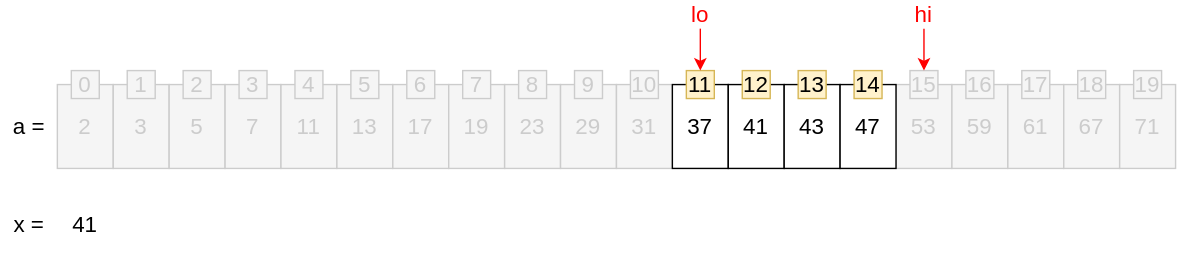
Earlier version of the draw.io export img/algorithm/algorithm-1030-01-01-04.svg (zininote/zininote.github.io-old-). Source tidied: cells renumbered, new cells last; positions are measured from the earlier drawing's top-left corner, leaving out a move shared by most shapes. Source of this version:
```xml
<mxGraphModel>
  <root>
    <mxCell id="0" />
    <mxCell id="1" parent="0" />
    <mxCell id="2" value="2" style="rounded=0;whiteSpace=wrap;html=1;fontSize=16;fillColor=#f5f5f5;strokeColor=#CCCCCC;fontColor=#CCCCCC;" parent="1" vertex="1">
      <mxGeometry x="40" y="60" width="40" height="60" as="geometry" />
    </mxCell>
    <mxCell id="3" value="3" style="rounded=0;whiteSpace=wrap;html=1;fontSize=16;fillColor=#f5f5f5;strokeColor=#CCCCCC;fontColor=#CCCCCC;" parent="1" vertex="1">
      <mxGeometry x="80" y="60" width="40" height="60" as="geometry" />
    </mxCell>
    <mxCell id="4" value="5" style="rounded=0;whiteSpace=wrap;html=1;fontSize=16;fillColor=#f5f5f5;strokeColor=#CCCCCC;fontColor=#CCCCCC;" parent="1" vertex="1">
      <mxGeometry x="120" y="60" width="40" height="60" as="geometry" />
    </mxCell>
    <mxCell id="5" value="7" style="rounded=0;whiteSpace=wrap;html=1;fontSize=16;fillColor=#f5f5f5;strokeColor=#CCCCCC;fontColor=#CCCCCC;" parent="1" vertex="1">
      <mxGeometry x="160" y="60" width="40" height="60" as="geometry" />
    </mxCell>
    <mxCell id="6" value="11" style="rounded=0;whiteSpace=wrap;html=1;fontSize=16;fillColor=#f5f5f5;strokeColor=#CCCCCC;fontColor=#CCCCCC;" parent="1" vertex="1">
      <mxGeometry x="200" y="60" width="40" height="60" as="geometry" />
    </mxCell>
    <mxCell id="7" value="13" style="rounded=0;whiteSpace=wrap;html=1;fontSize=16;fillColor=#f5f5f5;strokeColor=#CCCCCC;fontColor=#CCCCCC;" parent="1" vertex="1">
      <mxGeometry x="240" y="60" width="40" height="60" as="geometry" />
    </mxCell>
    <mxCell id="8" value="17" style="rounded=0;whiteSpace=wrap;html=1;fontSize=16;fillColor=#f5f5f5;strokeColor=#CCCCCC;fontColor=#CCCCCC;" parent="1" vertex="1">
      <mxGeometry x="280" y="60" width="40" height="60" as="geometry" />
    </mxCell>
    <mxCell id="9" value="19" style="rounded=0;whiteSpace=wrap;html=1;fontSize=16;fillColor=#f5f5f5;strokeColor=#CCCCCC;fontColor=#CCCCCC;" parent="1" vertex="1">
      <mxGeometry x="320" y="60" width="40" height="60" as="geometry" />
    </mxCell>
    <mxCell id="10" value="23" style="rounded=0;whiteSpace=wrap;html=1;fontSize=16;fillColor=#f5f5f5;strokeColor=#CCCCCC;fontColor=#CCCCCC;" parent="1" vertex="1">
      <mxGeometry x="360" y="60" width="40" height="60" as="geometry" />
    </mxCell>
    <mxCell id="11" value="29" style="rounded=0;whiteSpace=wrap;html=1;fontSize=16;fillColor=#f5f5f5;strokeColor=#CCCCCC;fontColor=#CCCCCC;" parent="1" vertex="1">
      <mxGeometry x="400" y="60" width="40" height="60" as="geometry" />
    </mxCell>
    <mxCell id="12" value="31" style="rounded=0;whiteSpace=wrap;html=1;fontSize=16;fillColor=#f5f5f5;strokeColor=#CCCCCC;fontColor=#CCCCCC;" parent="1" vertex="1">
      <mxGeometry x="440" y="60" width="40" height="60" as="geometry" />
    </mxCell>
    <mxCell id="13" value="37" style="rounded=0;whiteSpace=wrap;html=1;fontSize=16;" parent="1" vertex="1">
      <mxGeometry x="480" y="60" width="40" height="60" as="geometry" />
    </mxCell>
    <mxCell id="14" value="41" style="rounded=0;whiteSpace=wrap;html=1;fontSize=16;" parent="1" vertex="1">
      <mxGeometry x="520" y="60" width="40" height="60" as="geometry" />
    </mxCell>
    <mxCell id="15" value="43" style="rounded=0;whiteSpace=wrap;html=1;fontSize=16;" parent="1" vertex="1">
      <mxGeometry x="560" y="60" width="40" height="60" as="geometry" />
    </mxCell>
    <mxCell id="16" value="53" style="rounded=0;whiteSpace=wrap;html=1;fontSize=16;fillColor=#f5f5f5;strokeColor=#CCCCCC;fontColor=#CCCCCC;" parent="1" vertex="1">
      <mxGeometry x="640" y="60" width="40" height="60" as="geometry" />
    </mxCell>
    <mxCell id="17" value="59" style="rounded=0;whiteSpace=wrap;html=1;fontSize=16;fillColor=#f5f5f5;strokeColor=#CCCCCC;fontColor=#CCCCCC;" parent="1" vertex="1">
      <mxGeometry x="680" y="60" width="40" height="60" as="geometry" />
    </mxCell>
    <mxCell id="18" value="61" style="rounded=0;whiteSpace=wrap;html=1;fontSize=16;fillColor=#f5f5f5;strokeColor=#CCCCCC;fontColor=#CCCCCC;" parent="1" vertex="1">
      <mxGeometry x="720" y="60" width="40" height="60" as="geometry" />
    </mxCell>
    <mxCell id="19" value="67" style="rounded=0;whiteSpace=wrap;html=1;fontSize=16;fillColor=#f5f5f5;strokeColor=#CCCCCC;fontColor=#CCCCCC;" parent="1" vertex="1">
      <mxGeometry x="760" y="60" width="40" height="60" as="geometry" />
    </mxCell>
    <mxCell id="20" value="71" style="rounded=0;whiteSpace=wrap;html=1;fontSize=16;fillColor=#f5f5f5;strokeColor=#CCCCCC;fontColor=#CCCCCC;" parent="1" vertex="1">
      <mxGeometry x="800" y="60" width="40" height="60" as="geometry" />
    </mxCell>
    <mxCell id="21" value="a =" style="text;html=1;strokeColor=none;fillColor=none;align=center;verticalAlign=middle;whiteSpace=wrap;rounded=0;fontSize=16;" parent="1" vertex="1">
      <mxGeometry y="60" width="40" height="60" as="geometry" />
    </mxCell>
    <mxCell id="22" value="x =" style="text;html=1;strokeColor=none;fillColor=none;align=center;verticalAlign=middle;whiteSpace=wrap;rounded=0;fontSize=16;" parent="1" vertex="1">
      <mxGeometry y="140" width="40" height="40" as="geometry" />
    </mxCell>
    <mxCell id="23" value="41" style="text;html=1;strokeColor=none;fillColor=none;align=center;verticalAlign=middle;whiteSpace=wrap;rounded=0;fontSize=16;" parent="1" vertex="1">
      <mxGeometry x="40" y="140" width="40" height="40" as="geometry" />
    </mxCell>
    <mxCell id="24" value="&lt;span style=&quot;font-size: 16px&quot;&gt;0&lt;/span&gt;" style="text;html=1;fillColor=#f5f5f5;align=center;verticalAlign=middle;whiteSpace=wrap;rounded=0;strokeColor=#CCCCCC;fontColor=#CCCCCC;" parent="1" vertex="1">
      <mxGeometry x="50" y="50" width="20" height="20" as="geometry" />
    </mxCell>
    <mxCell id="25" value="&lt;span style=&quot;font-size: 16px&quot;&gt;1&lt;/span&gt;" style="text;html=1;fillColor=#f5f5f5;align=center;verticalAlign=middle;whiteSpace=wrap;rounded=0;strokeColor=#CCCCCC;fontColor=#CCCCCC;" parent="1" vertex="1">
      <mxGeometry x="90" y="50" width="20" height="20" as="geometry" />
    </mxCell>
    <mxCell id="26" value="&lt;span style=&quot;font-size: 16px&quot;&gt;2&lt;/span&gt;" style="text;html=1;fillColor=#f5f5f5;align=center;verticalAlign=middle;whiteSpace=wrap;rounded=0;strokeColor=#CCCCCC;fontColor=#CCCCCC;" parent="1" vertex="1">
      <mxGeometry x="130" y="50" width="20" height="20" as="geometry" />
    </mxCell>
    <mxCell id="27" value="&lt;span style=&quot;font-size: 16px&quot;&gt;3&lt;/span&gt;" style="text;html=1;fillColor=#f5f5f5;align=center;verticalAlign=middle;whiteSpace=wrap;rounded=0;strokeColor=#CCCCCC;fontColor=#CCCCCC;" parent="1" vertex="1">
      <mxGeometry x="170" y="50" width="20" height="20" as="geometry" />
    </mxCell>
    <mxCell id="28" value="&lt;span style=&quot;font-size: 16px&quot;&gt;4&lt;/span&gt;" style="text;html=1;fillColor=#f5f5f5;align=center;verticalAlign=middle;whiteSpace=wrap;rounded=0;strokeColor=#CCCCCC;fontColor=#CCCCCC;" parent="1" vertex="1">
      <mxGeometry x="210" y="50" width="20" height="20" as="geometry" />
    </mxCell>
    <mxCell id="29" value="&lt;span style=&quot;font-size: 16px&quot;&gt;5&lt;/span&gt;" style="text;html=1;fillColor=#f5f5f5;align=center;verticalAlign=middle;whiteSpace=wrap;rounded=0;strokeColor=#CCCCCC;fontColor=#CCCCCC;" parent="1" vertex="1">
      <mxGeometry x="250" y="50" width="20" height="20" as="geometry" />
    </mxCell>
    <mxCell id="30" value="&lt;span style=&quot;font-size: 16px&quot;&gt;6&lt;/span&gt;" style="text;html=1;fillColor=#f5f5f5;align=center;verticalAlign=middle;whiteSpace=wrap;rounded=0;strokeColor=#CCCCCC;fontColor=#CCCCCC;" parent="1" vertex="1">
      <mxGeometry x="290" y="50" width="20" height="20" as="geometry" />
    </mxCell>
    <mxCell id="31" value="&lt;span style=&quot;font-size: 16px&quot;&gt;7&lt;/span&gt;" style="text;html=1;fillColor=#f5f5f5;align=center;verticalAlign=middle;whiteSpace=wrap;rounded=0;strokeColor=#CCCCCC;fontColor=#CCCCCC;" parent="1" vertex="1">
      <mxGeometry x="330" y="50" width="20" height="20" as="geometry" />
    </mxCell>
    <mxCell id="32" value="&lt;span style=&quot;font-size: 16px&quot;&gt;8&lt;/span&gt;" style="text;html=1;fillColor=#f5f5f5;align=center;verticalAlign=middle;whiteSpace=wrap;rounded=0;strokeColor=#CCCCCC;fontColor=#CCCCCC;" parent="1" vertex="1">
      <mxGeometry x="370" y="50" width="20" height="20" as="geometry" />
    </mxCell>
    <mxCell id="33" value="&lt;span style=&quot;font-size: 16px&quot;&gt;9&lt;/span&gt;" style="text;html=1;fillColor=#f5f5f5;align=center;verticalAlign=middle;whiteSpace=wrap;rounded=0;strokeColor=#CCCCCC;fontColor=#CCCCCC;" parent="1" vertex="1">
      <mxGeometry x="410" y="50" width="20" height="20" as="geometry" />
    </mxCell>
    <mxCell id="34" value="&lt;span style=&quot;font-size: 16px&quot;&gt;10&lt;/span&gt;" style="text;html=1;fillColor=#f5f5f5;align=center;verticalAlign=middle;whiteSpace=wrap;rounded=0;strokeColor=#CCCCCC;fontColor=#CCCCCC;" parent="1" vertex="1">
      <mxGeometry x="450" y="50" width="20" height="20" as="geometry" />
    </mxCell>
    <mxCell id="35" value="&lt;span style=&quot;font-size: 16px&quot;&gt;11&lt;/span&gt;" style="text;html=1;strokeColor=#d6b656;fillColor=#fff2cc;align=center;verticalAlign=middle;whiteSpace=wrap;rounded=0;" parent="1" vertex="1">
      <mxGeometry x="490" y="50" width="20" height="20" as="geometry" />
    </mxCell>
    <mxCell id="36" value="&lt;span style=&quot;font-size: 16px&quot;&gt;12&lt;/span&gt;" style="text;html=1;strokeColor=#d6b656;fillColor=#fff2cc;align=center;verticalAlign=middle;whiteSpace=wrap;rounded=0;" parent="1" vertex="1">
      <mxGeometry x="530" y="50" width="20" height="20" as="geometry" />
    </mxCell>
    <mxCell id="37" value="&lt;span style=&quot;font-size: 16px&quot;&gt;13&lt;/span&gt;" style="text;html=1;strokeColor=#d6b656;fillColor=#fff2cc;align=center;verticalAlign=middle;whiteSpace=wrap;rounded=0;" parent="1" vertex="1">
      <mxGeometry x="570" y="50" width="20" height="20" as="geometry" />
    </mxCell>
    <mxCell id="38" value="&lt;span style=&quot;font-size: 16px&quot;&gt;15&lt;/span&gt;" style="text;html=1;fillColor=#f5f5f5;align=center;verticalAlign=middle;whiteSpace=wrap;rounded=0;strokeColor=#CCCCCC;fontColor=#CCCCCC;" parent="1" vertex="1">
      <mxGeometry x="650" y="50" width="20" height="20" as="geometry" />
    </mxCell>
    <mxCell id="39" value="&lt;span style=&quot;font-size: 16px&quot;&gt;16&lt;/span&gt;" style="text;html=1;fillColor=#f5f5f5;align=center;verticalAlign=middle;whiteSpace=wrap;rounded=0;strokeColor=#CCCCCC;fontColor=#CCCCCC;" parent="1" vertex="1">
      <mxGeometry x="690" y="50" width="20" height="20" as="geometry" />
    </mxCell>
    <mxCell id="40" value="&lt;span style=&quot;font-size: 16px&quot;&gt;17&lt;/span&gt;" style="text;html=1;fillColor=#f5f5f5;align=center;verticalAlign=middle;whiteSpace=wrap;rounded=0;strokeColor=#CCCCCC;fontColor=#CCCCCC;" parent="1" vertex="1">
      <mxGeometry x="730" y="50" width="20" height="20" as="geometry" />
    </mxCell>
    <mxCell id="41" value="&lt;span style=&quot;font-size: 16px&quot;&gt;18&lt;/span&gt;" style="text;html=1;fillColor=#f5f5f5;align=center;verticalAlign=middle;whiteSpace=wrap;rounded=0;strokeColor=#CCCCCC;fontColor=#CCCCCC;" parent="1" vertex="1">
      <mxGeometry x="770" y="50" width="20" height="20" as="geometry" />
    </mxCell>
    <mxCell id="42" value="&lt;span style=&quot;font-size: 16px&quot;&gt;19&lt;/span&gt;" style="text;html=1;fillColor=#f5f5f5;align=center;verticalAlign=middle;whiteSpace=wrap;rounded=0;strokeColor=#CCCCCC;fontColor=#CCCCCC;" parent="1" vertex="1">
      <mxGeometry x="810" y="50" width="20" height="20" as="geometry" />
    </mxCell>
    <mxCell id="43" style="edgeStyle=orthogonalEdgeStyle;rounded=0;jettySize=auto;html=1;exitX=0.5;exitY=1;exitDx=0;exitDy=0;entryX=0.5;entryY=0;entryDx=0;entryDy=0;strokeColor=#FF0000;fontSize=16;fontColor=#FF0000;" parent="1" edge="1" source="45" target="35">
      <mxGeometry relative="1" as="geometry" />
    </mxCell>
    <mxCell id="44" style="group;" parent="1" vertex="1">
      <mxGeometry x="480" width="40" height="20" as="geometry" />
    </mxCell>
    <mxCell id="45" value="lo" style="text;html=1;strokeColor=none;fillColor=none;align=center;verticalAlign=middle;whiteSpace=wrap;rounded=0;fontSize=16;fontColor=#FF0000;" parent="44" vertex="1">
      <mxGeometry width="40" height="20" as="geometry" />
    </mxCell>
    <mxCell id="46" style="edgeStyle=orthogonalEdgeStyle;rounded=0;jettySize=auto;html=1;exitX=0.5;exitY=1;exitDx=0;exitDy=0;entryX=0.5;entryY=0;entryDx=0;entryDy=0;fontSize=16;fontColor=#FF0000;strokeColor=#FF0000;" parent="1" edge="1" source="45">
      <mxGeometry relative="1" as="geometry" />
    </mxCell>
    <mxCell id="47" style="edgeStyle=orthogonalEdgeStyle;rounded=0;jettySize=auto;html=1;exitX=0.5;exitY=1;exitDx=0;exitDy=0;strokeColor=#FF0000;fontSize=16;fontColor=#FF0000;" parent="1" edge="1" source="48">
      <mxGeometry relative="1" as="geometry">
        <mxPoint x="660" y="50" as="targetPoint" />
      </mxGeometry>
    </mxCell>
    <mxCell id="48" value="hi" style="text;html=1;strokeColor=none;fillColor=none;align=center;verticalAlign=middle;whiteSpace=wrap;rounded=0;fontSize=16;fontColor=#FF0000;" parent="1" vertex="1">
      <mxGeometry x="640" width="40" height="20" as="geometry" />
    </mxCell>
    <mxCell id="49" value="47" style="rounded=0;whiteSpace=wrap;html=1;fontSize=16;" parent="1" vertex="1">
      <mxGeometry x="600" y="60" width="40" height="60" as="geometry" />
    </mxCell>
    <mxCell id="50" value="&lt;span style=&quot;font-size: 16px&quot;&gt;14&lt;/span&gt;" style="text;html=1;strokeColor=#d6b656;fillColor=#fff2cc;align=center;verticalAlign=middle;whiteSpace=wrap;rounded=0;" parent="1" vertex="1">
      <mxGeometry x="610" y="50" width="20" height="20" as="geometry" />
    </mxCell>
  </root>
</mxGraphModel>
```
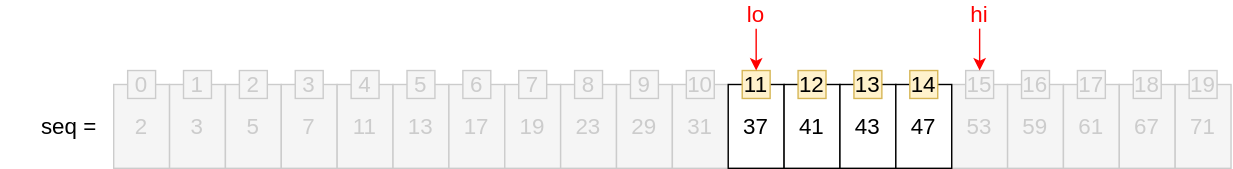
Above is the later version.

The edit, as a diff of the source:
```diff
@@ -59,15 +59,6 @@
     <mxCell id="20" value="71" style="rounded=0;whiteSpace=wrap;html=1;fontSize=16;fillColor=#f5f5f5;strokeColor=#CCCCCC;fontColor=#CCCCCC;" parent="1" vertex="1">
       <mxGeometry x="800" y="60" width="40" height="60" as="geometry" />
     </mxCell>
-    <mxCell id="21" value="a =" style="text;html=1;strokeColor=none;fillColor=none;align=center;verticalAlign=middle;whiteSpace=wrap;rounded=0;fontSize=16;" parent="1" vertex="1">
-      <mxGeometry y="60" width="40" height="60" as="geometry" />
-    </mxCell>
-    <mxCell id="22" value="x =" style="text;html=1;strokeColor=none;fillColor=none;align=center;verticalAlign=middle;whiteSpace=wrap;rounded=0;fontSize=16;" parent="1" vertex="1">
-      <mxGeometry y="140" width="40" height="40" as="geometry" />
-    </mxCell>
-    <mxCell id="23" value="41" style="text;html=1;strokeColor=none;fillColor=none;align=center;verticalAlign=middle;whiteSpace=wrap;rounded=0;fontSize=16;" parent="1" vertex="1">
-      <mxGeometry x="40" y="140" width="40" height="40" as="geometry" />
-    </mxCell>
     <mxCell id="24" value="&lt;span style=&quot;font-size: 16px&quot;&gt;0&lt;/span&gt;" style="text;html=1;fillColor=#f5f5f5;align=center;verticalAlign=middle;whiteSpace=wrap;rounded=0;strokeColor=#CCCCCC;fontColor=#CCCCCC;" parent="1" vertex="1">
       <mxGeometry x="50" y="50" width="20" height="20" as="geometry" />
     </mxCell>
@@ -151,5 +142,8 @@
     <mxCell id="50" value="&lt;span style=&quot;font-size: 16px&quot;&gt;14&lt;/span&gt;" style="text;html=1;strokeColor=#d6b656;fillColor=#fff2cc;align=center;verticalAlign=middle;whiteSpace=wrap;rounded=0;" parent="1" vertex="1">
       <mxGeometry x="610" y="50" width="20" height="20" as="geometry" />
     </mxCell>
+    <mxCell id="51" value="seq =" style="text;html=1;strokeColor=none;fillColor=none;align=right;verticalAlign=middle;whiteSpace=wrap;rounded=0;fontSize=16;" parent="1" vertex="1">
+      <mxGeometry x="-40" y="60" width="70" height="60" as="geometry" />
+    </mxCell>
   </root>
 </mxGraphModel>
```
